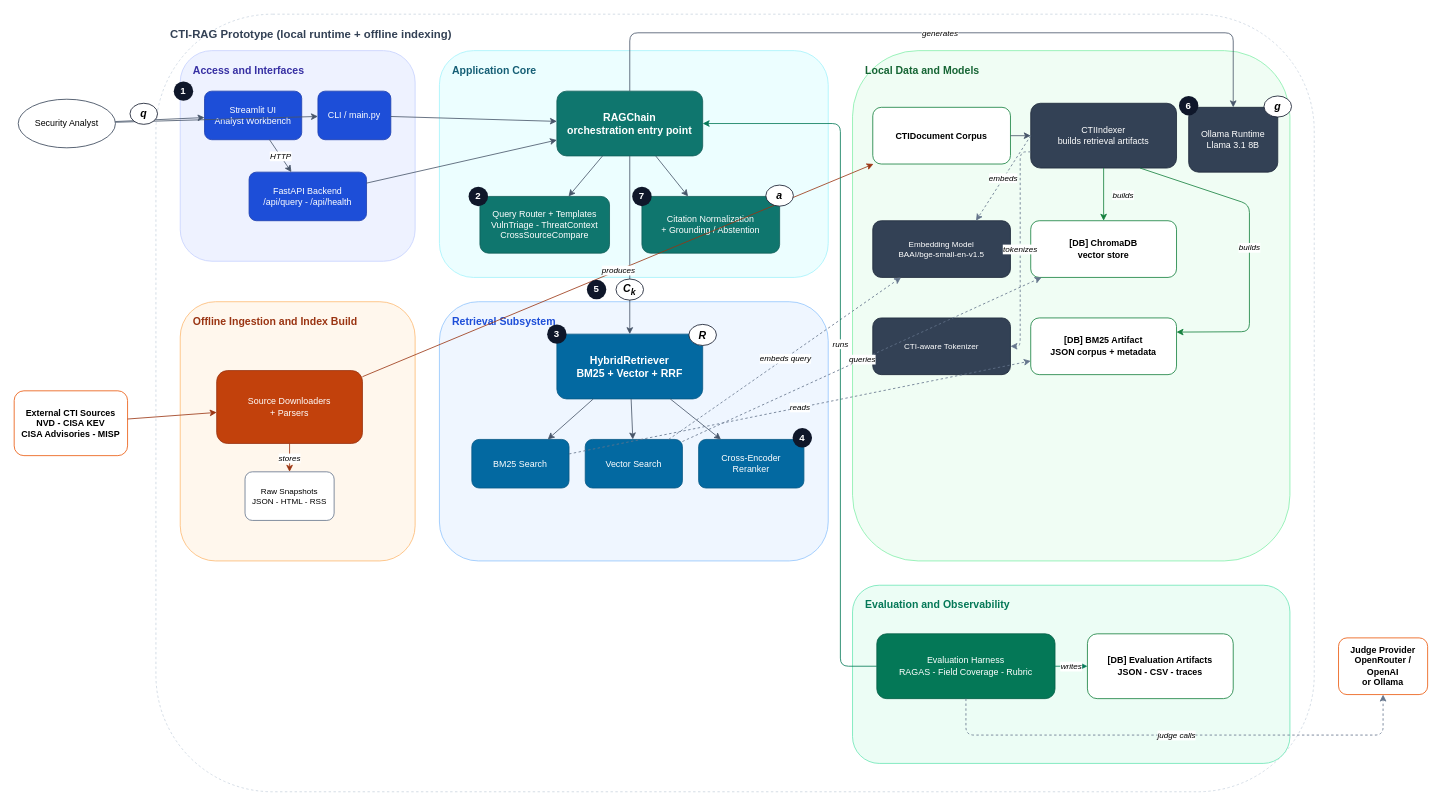
This is docs/architecture/cti_rag_architecture_overview.drawio from bhxinderj/cti-rag-analyst-support, a draw.io file, before an edit. Source tidied: cells renumbered, new cells numbered last; positions are measured from the earlier drawing's top-left corner, leaving out a move shared by most shapes. Both pictures are drawn from the tidied source at 81%, with x=0, y=0 at pixel (14, 14).
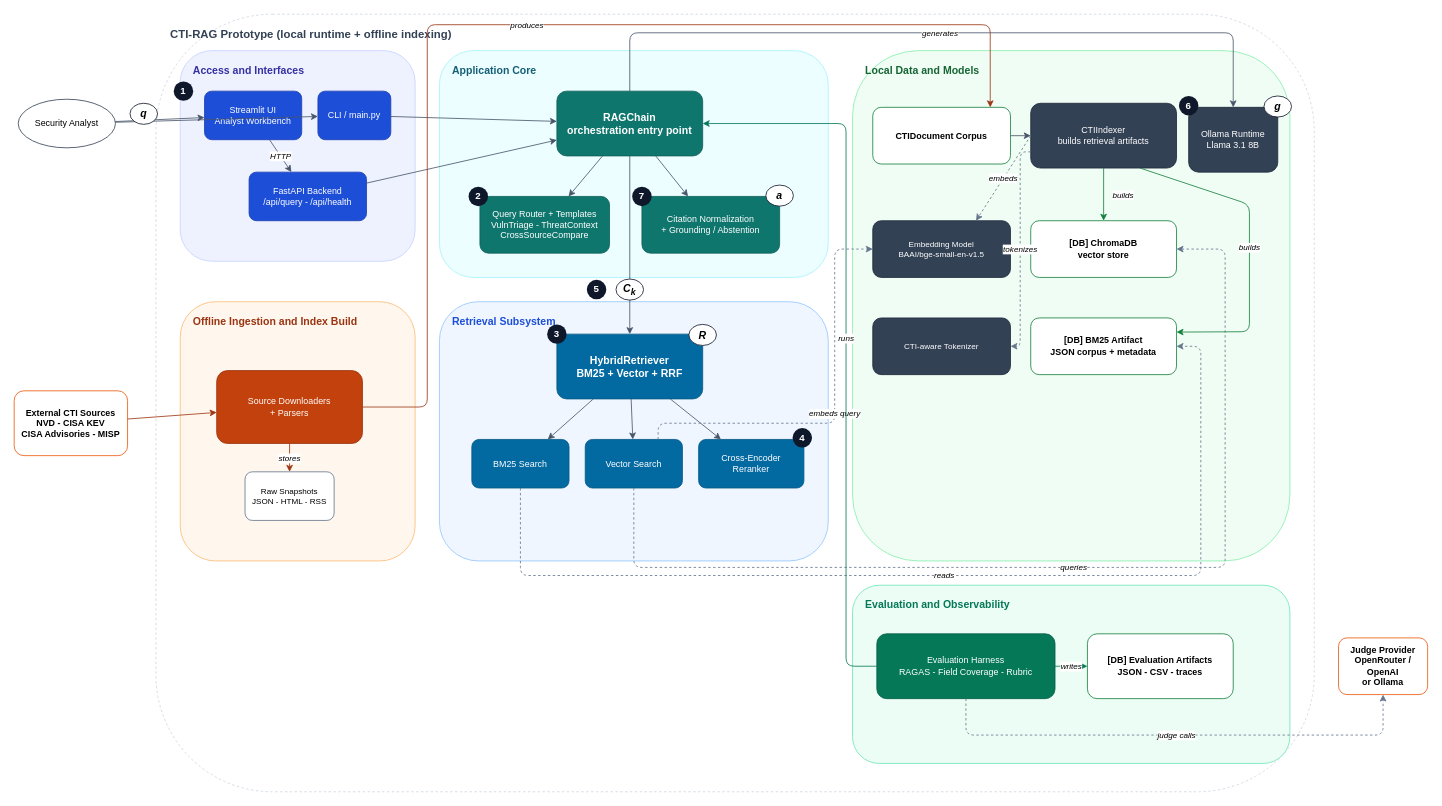
After the change.

Commit message (it also covers changes not shown here):
docs(thesis): route architecture edges around containers

The change refers to these unchanged cells:
```xml
<mxCell id="14" value="RAGChain&#10;orchestration entry point" style="rounded=1;whiteSpace=wrap;html=1;fillColor=#0F766E;strokeColor=#115E59;fontColor=#FFFFFF;fontSize=13;fontStyle=1;" parent="1" vertex="1">
  <mxGeometry x="670" y="95" width="180" height="80" as="geometry" />
</mxCell>
<mxCell id="18" value="BM25 Search" style="rounded=1;whiteSpace=wrap;html=1;fillColor=#0369A1;strokeColor=#075985;fontColor=#FFFFFF;fontSize=11;" parent="1" vertex="1">
  <mxGeometry x="565" y="525" width="120" height="60" as="geometry" />
</mxCell>
<mxCell id="19" value="Vector Search" style="rounded=1;whiteSpace=wrap;html=1;fillColor=#0369A1;strokeColor=#075985;fontColor=#FFFFFF;fontSize=11;" parent="1" vertex="1">
  <mxGeometry x="705" y="525" width="120" height="60" as="geometry" />
</mxCell>
<mxCell id="21" value="CTIDocument Corpus" style="rounded=1;whiteSpace=wrap;html=1;fillColor=#FFFFFF;strokeColor=#15803D;fontSize=11;fontStyle=1;" parent="1" vertex="1">
  <mxGeometry x="1060" y="115" width="170" height="70" as="geometry" />
</mxCell>
<mxCell id="23" value="Embedding Model&#10;BAAI/bge-small-en-v1.5" style="rounded=1;whiteSpace=wrap;html=1;fillColor=#334155;strokeColor=#1E293B;fontColor=#FFFFFF;fontSize=10;" parent="1" vertex="1">
  <mxGeometry x="1060" y="255" width="170" height="70" as="geometry" />
</mxCell>
<mxCell id="25" value="[DB] ChromaDB&#10;vector store" style="rounded=1;whiteSpace=wrap;html=1;fillColor=#FFFFFF;strokeColor=#15803D;fontSize=11;fontStyle=1;" parent="1" vertex="1">
  <mxGeometry x="1255" y="255" width="180" height="70" as="geometry" />
</mxCell>
<mxCell id="26" value="[DB] BM25 Artifact&#10;JSON corpus + metadata" style="rounded=1;whiteSpace=wrap;html=1;fillColor=#FFFFFF;strokeColor=#15803D;fontSize=11;fontStyle=1;" parent="1" vertex="1">
  <mxGeometry x="1255" y="375" width="180" height="70" as="geometry" />
</mxCell>
<mxCell id="28" value="Source Downloaders&#10;+ Parsers" style="rounded=1;whiteSpace=wrap;html=1;fillColor=#C2410C;strokeColor=#9A3412;fontColor=#FFFFFF;fontSize=11;" parent="1" vertex="1">
  <mxGeometry x="250" y="440" width="180" height="90" as="geometry" />
</mxCell>
<mxCell id="30" value="Evaluation Harness&#10;RAGAS - Field Coverage - Rubric" style="rounded=1;whiteSpace=wrap;html=1;fillColor=#047857;strokeColor=#065F46;fontColor=#FFFFFF;fontSize=11;" parent="1" vertex="1">
  <mxGeometry x="1065" y="765" width="220" height="80" as="geometry" />
</mxCell>
```

Change to the diagram source:
```diff
@@
-    <mxCell id="45" value="reads" style="endArrow=classic;html=1;strokeColor=#64748B;dashed=1;fontSize=10;fontStyle=2;" parent="1" edge="1" source="18" target="26">
-      <mxGeometry relative="1" as="geometry" />
+    <mxCell id="45" value="reads" style="endArrow=classic;html=1;strokeColor=#64748B;dashed=1;fontSize=10;fontStyle=2;exitX=0.5;exitY=1;entryX=1;entryY=0.5;" parent="1" edge="1" source="18" target="26">
+      <mxGeometry relative="1" as="geometry">
+        <Array as="points">
+          <mxPoint x="625" y="693" />
+          <mxPoint x="1465" y="693" />
+          <mxPoint x="1465" y="410" />
+        </Array>
+      </mxGeometry>
     </mxCell>
-    <mxCell id="46" value="queries" style="endArrow=classic;html=1;strokeColor=#64748B;dashed=1;fontSize=10;fontStyle=2;" parent="1" edge="1" source="19" target="25">
-      <mxGeometry relative="1" as="geometry" />
+    <mxCell id="46" value="queries" style="endArrow=classic;html=1;strokeColor=#64748B;dashed=1;fontSize=10;fontStyle=2;exitX=0.5;exitY=1;entryX=1;entryY=0.5;" parent="1" edge="1" source="19" target="25">
+      <mxGeometry relative="1" as="geometry">
+        <Array as="points">
+          <mxPoint x="765" y="683" />
+          <mxPoint x="1495" y="683" />
+          <mxPoint x="1495" y="290" />
+        </Array>
+      </mxGeometry>
     </mxCell>
-    <mxCell id="47" value="embeds query" style="endArrow=classic;html=1;strokeColor=#64748B;dashed=1;fontSize=10;fontStyle=2;" parent="1" edge="1" source="19" target="23">
-      <mxGeometry relative="1" as="geometry" />
+    <mxCell id="47" value="embeds query" style="endArrow=classic;html=1;strokeColor=#64748B;dashed=1;fontSize=10;fontStyle=2;exitX=0.75;exitY=0;entryX=0;entryY=0.5;" parent="1" edge="1" source="19" target="23">
+      <mxGeometry relative="1" as="geometry">
+        <Array as="points">
+          <mxPoint x="795" y="505" />
+          <mxPoint x="1013" y="505" />
+          <mxPoint x="1013" y="290" />
+        </Array>
+      </mxGeometry>
     </mxCell>
@@
-    <mxCell id="49" value="produces" style="endArrow=classic;html=1;strokeColor=#9A3412;fontSize=10;fontStyle=2;" parent="1" edge="1" source="28" target="21">
-      <mxGeometry relative="1" as="geometry" />
+    <mxCell id="49" value="produces" style="endArrow=classic;html=1;strokeColor=#9A3412;fontSize=10;fontStyle=2;exitX=1;exitY=0.5;entryX=0.853;entryY=0;" parent="1" edge="1" source="28" target="21">
+      <mxGeometry relative="1" as="geometry">
+        <Array as="points">
+          <mxPoint x="510" y="485" />
+          <mxPoint x="510" y="13" />
+          <mxPoint x="1205" y="13" />
+        </Array>
+      </mxGeometry>
     </mxCell>
@@
     <mxCell id="56" value="runs" style="endArrow=classic;html=1;strokeColor=#047857;fontSize=10;fontStyle=2;exitX=0;exitY=0.5;entryX=1;entryY=0.5;" parent="1" edge="1" source="30" target="14">
       <mxGeometry relative="1" as="geometry">
         <Array as="points">
-          <mxPoint x="1020" y="805" />
-          <mxPoint x="1020" y="135" />
+          <mxPoint x="1027" y="805" />
+          <mxPoint x="1027" y="135" />
         </Array>
       </mxGeometry>
     </mxCell>
```
